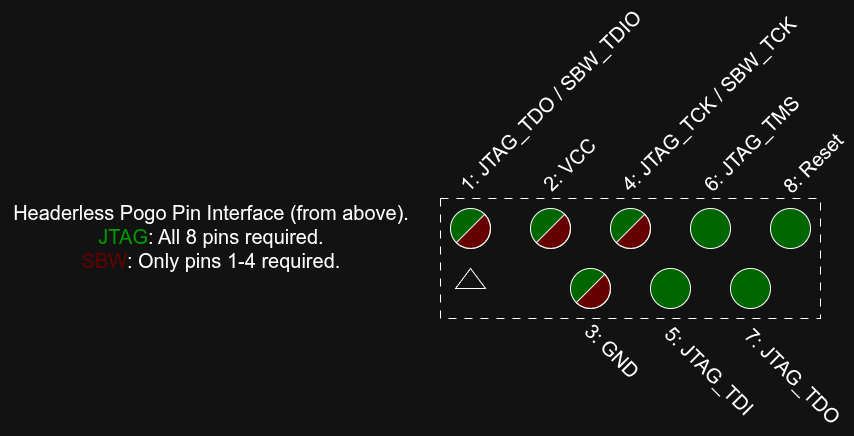
Earlier version of the draw.io export PSat/Programming Adapter/Documentation/PogoPin.png (RossPorter506/APSS-Reference-PCBs). Source tidied: cells renumbered, new cells last; positions are measured from the earlier drawing's top-left corner, leaving out a move shared by most shapes. Source of this version:
```xml
<mxGraphModel>
  <root>
    <mxCell id="0" />
    <mxCell id="1" parent="0" />
    <mxCell id="2" style="rounded=0;whiteSpace=wrap;html=1;dashed=1;dashPattern=8 8;fillColor=none;" parent="1" vertex="1">
      <mxGeometry x="440" y="113" width="380" height="120" as="geometry" />
    </mxCell>
    <mxCell id="3" value="Headerless Pogo Pin Interface (from above).&lt;div&gt;&lt;font style=&quot;color: rgb(0, 153, 0);&quot;&gt;JTAG&lt;/font&gt;: All 8 pins required.&lt;/div&gt;&lt;div&gt;&lt;font style=&quot;color: rgb(102, 0, 0);&quot;&gt;SBW&lt;/font&gt;: Only pins 1-4 required.&lt;/div&gt;" style="text;html=1;align=center;verticalAlign=middle;strokeColor=none;fillColor=none;fontSize=20;" parent="1" vertex="1">
      <mxGeometry y="105" width="420" height="90" as="geometry" />
    </mxCell>
    <mxCell id="4" style="ellipse;whiteSpace=wrap;html=1;fillColor=#006600;" parent="1" vertex="1">
      <mxGeometry x="690" y="123" width="40" height="40" as="geometry" />
    </mxCell>
    <mxCell id="5" style="ellipse;whiteSpace=wrap;html=1;fillColor=#006600;" parent="1" vertex="1">
      <mxGeometry x="770" y="123" width="40" height="40" as="geometry" />
    </mxCell>
    <mxCell id="6" style="ellipse;whiteSpace=wrap;html=1;fillColor=#006600;" parent="1" vertex="1">
      <mxGeometry x="650" y="183" width="40" height="40" as="geometry" />
    </mxCell>
    <mxCell id="7" style="ellipse;whiteSpace=wrap;html=1;fillColor=#006600;" parent="1" vertex="1">
      <mxGeometry x="730" y="183" width="40" height="40" as="geometry" />
    </mxCell>
    <mxCell id="8" style="triangle;whiteSpace=wrap;html=1;rotation=-90;" parent="1" vertex="1">
      <mxGeometry x="460" y="178" width="20" height="30" as="geometry" />
    </mxCell>
    <mxCell id="9" value="1: JTAG_TDO / SBW_TDIO" style="text;html=1;align=center;verticalAlign=middle;whiteSpace=wrap;rounded=0;rotation=-45;fontSize=20;" parent="1" vertex="1">
      <mxGeometry x="421.6" width="255" height="30" as="geometry" />
    </mxCell>
    <mxCell id="10" value="2: VCC" style="text;html=1;align=center;verticalAlign=middle;whiteSpace=wrap;rounded=0;rotation=-45;fontSize=20;" parent="1" vertex="1">
      <mxGeometry x="531.3" y="63.2" width="75" height="30" as="geometry" />
    </mxCell>
    <mxCell id="11" value="4: JTAG_TCK / SBW_TCK" style="text;html=1;align=center;verticalAlign=middle;whiteSpace=wrap;rounded=0;rotation=-45;fontSize=20;" parent="1" vertex="1">
      <mxGeometry x="587.8" y="3.2" width="240" height="30" as="geometry" />
    </mxCell>
    <mxCell id="12" value="3: GND" style="text;html=1;align=center;verticalAlign=middle;whiteSpace=wrap;rounded=0;rotation=45;fontSize=20;" parent="1" vertex="1">
      <mxGeometry x="577.1" y="250.1" width="70" height="30" as="geometry" />
    </mxCell>
    <mxCell id="13" value="6: JTAG_TMS" style="text;html=1;align=center;verticalAlign=middle;whiteSpace=wrap;rounded=0;rotation=-45;fontSize=20;" parent="1" vertex="1">
      <mxGeometry x="678.4" y="42.1" width="145" height="30" as="geometry" />
    </mxCell>
    <mxCell id="14" value="8: Reset" style="text;html=1;align=center;verticalAlign=middle;whiteSpace=wrap;rounded=0;rotation=-45;fontSize=20;" parent="1" vertex="1">
      <mxGeometry x="767.9" y="62.1" width="88" height="30" as="geometry" />
    </mxCell>
    <mxCell id="15" value="5: JTAG_TDI" style="text;html=1;align=center;verticalAlign=middle;whiteSpace=wrap;rounded=0;rotation=45;fontSize=20;" parent="1" vertex="1">
      <mxGeometry x="646.1" y="269.6" width="127" height="30" as="geometry" />
    </mxCell>
    <mxCell id="16" value="7: JTAG_TDO" style="text;html=1;align=center;verticalAlign=middle;whiteSpace=wrap;rounded=0;rotation=45;fontSize=20;" parent="1" vertex="1">
      <mxGeometry x="722.7" y="274.7" width="140" height="30" as="geometry" />
    </mxCell>
    <mxCell id="17" style="ellipse;whiteSpace=wrap;html=1;rotation=45;fillColor=#006600;" parent="1" vertex="1">
      <mxGeometry x="570" y="183" width="40" height="40" as="geometry" />
    </mxCell>
    <mxCell id="18" style="verticalLabelPosition=bottom;verticalAlign=top;html=1;shape=mxgraph.basic.half_circle;rotation=-45;fillColor=#660000;" parent="1" vertex="1">
      <mxGeometry x="577" y="200" width="40" height="20" as="geometry" />
    </mxCell>
    <mxCell id="19" style="ellipse;whiteSpace=wrap;html=1;rotation=45;fillColor=#006600;" parent="1" vertex="1">
      <mxGeometry x="610" y="123" width="40" height="40" as="geometry" />
    </mxCell>
    <mxCell id="20" style="verticalLabelPosition=bottom;verticalAlign=top;html=1;shape=mxgraph.basic.half_circle;rotation=-45;fillColor=#660000;" parent="1" vertex="1">
      <mxGeometry x="617" y="140" width="40" height="20" as="geometry" />
    </mxCell>
    <mxCell id="21" style="ellipse;whiteSpace=wrap;html=1;rotation=45;fillColor=#006600;" parent="1" vertex="1">
      <mxGeometry x="530" y="123" width="40" height="40" as="geometry" />
    </mxCell>
    <mxCell id="22" style="verticalLabelPosition=bottom;verticalAlign=top;html=1;shape=mxgraph.basic.half_circle;rotation=-45;fillColor=#660000;" parent="1" vertex="1">
      <mxGeometry x="537" y="140" width="40" height="20" as="geometry" />
    </mxCell>
    <mxCell id="23" style="ellipse;whiteSpace=wrap;html=1;rotation=45;fillColor=#006600;" parent="1" vertex="1">
      <mxGeometry x="450" y="123" width="40" height="40" as="geometry" />
    </mxCell>
    <mxCell id="24" style="verticalLabelPosition=bottom;verticalAlign=top;html=1;shape=mxgraph.basic.half_circle;rotation=-45;fillColor=#660000;" parent="1" vertex="1">
      <mxGeometry x="457" y="140" width="40" height="20" as="geometry" />
    </mxCell>
  </root>
</mxGraphModel>
```
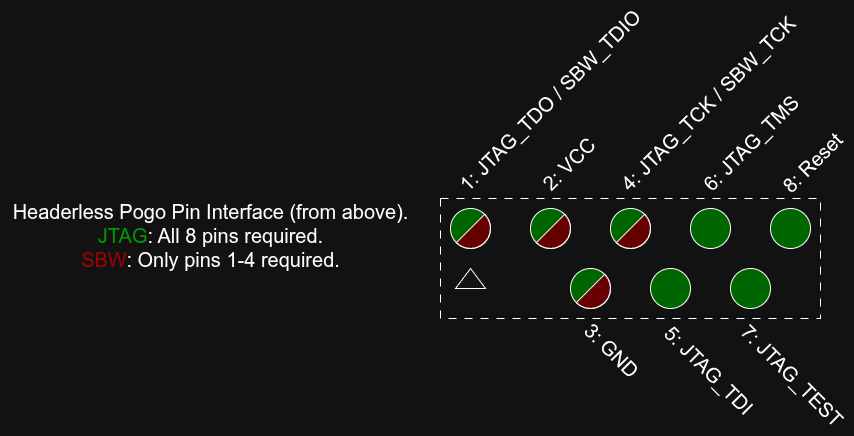
After the change.

Commit message:
Prog adapter: Repair pogo pin header

Diff of the diagram source:
```diff
@@ -5,7 +5,7 @@
     <mxCell id="2" style="rounded=0;whiteSpace=wrap;html=1;dashed=1;dashPattern=8 8;fillColor=none;" parent="1" vertex="1">
       <mxGeometry x="440" y="113" width="380" height="120" as="geometry" />
     </mxCell>
-    <mxCell id="3" value="Headerless Pogo Pin Interface (from above).&lt;div&gt;&lt;font style=&quot;color: rgb(0, 153, 0);&quot;&gt;JTAG&lt;/font&gt;: All 8 pins required.&lt;/div&gt;&lt;div&gt;&lt;font style=&quot;color: rgb(102, 0, 0);&quot;&gt;SBW&lt;/font&gt;: Only pins 1-4 required.&lt;/div&gt;" style="text;html=1;align=center;verticalAlign=middle;strokeColor=none;fillColor=none;fontSize=20;" parent="1" vertex="1">
+    <mxCell id="3" value="Headerless Pogo Pin Interface (from above).&lt;div&gt;&lt;font style=&quot;color: rgb(0, 153, 0);&quot;&gt;JTAG&lt;/font&gt;: All 8 pins required.&lt;/div&gt;&lt;div&gt;&lt;font style=&quot;color: rgb(161, 0, 0);&quot;&gt;SBW&lt;/font&gt;: Only pins 1-4 required.&lt;/div&gt;" style="text;html=1;align=center;verticalAlign=middle;strokeColor=none;fillColor=none;fontSize=20;" parent="1" vertex="1">
       <mxGeometry y="105" width="420" height="90" as="geometry" />
     </mxCell>
     <mxCell id="4" style="ellipse;whiteSpace=wrap;html=1;fillColor=#006600;" parent="1" vertex="1">
@@ -44,7 +44,7 @@
     <mxCell id="15" value="5: JTAG_TDI" style="text;html=1;align=center;verticalAlign=middle;whiteSpace=wrap;rounded=0;rotation=45;fontSize=20;" parent="1" vertex="1">
       <mxGeometry x="646.1" y="269.6" width="127" height="30" as="geometry" />
     </mxCell>
-    <mxCell id="16" value="7: JTAG_TDO" style="text;html=1;align=center;verticalAlign=middle;whiteSpace=wrap;rounded=0;rotation=45;fontSize=20;" parent="1" vertex="1">
+    <mxCell id="16" value="7: JTAG_TEST" style="text;html=1;align=center;verticalAlign=middle;whiteSpace=wrap;rounded=0;rotation=45;fontSize=20;" parent="1" vertex="1">
       <mxGeometry x="722.7" y="274.7" width="140" height="30" as="geometry" />
     </mxCell>
     <mxCell id="17" style="ellipse;whiteSpace=wrap;html=1;rotation=45;fillColor=#006600;" parent="1" vertex="1">
```
